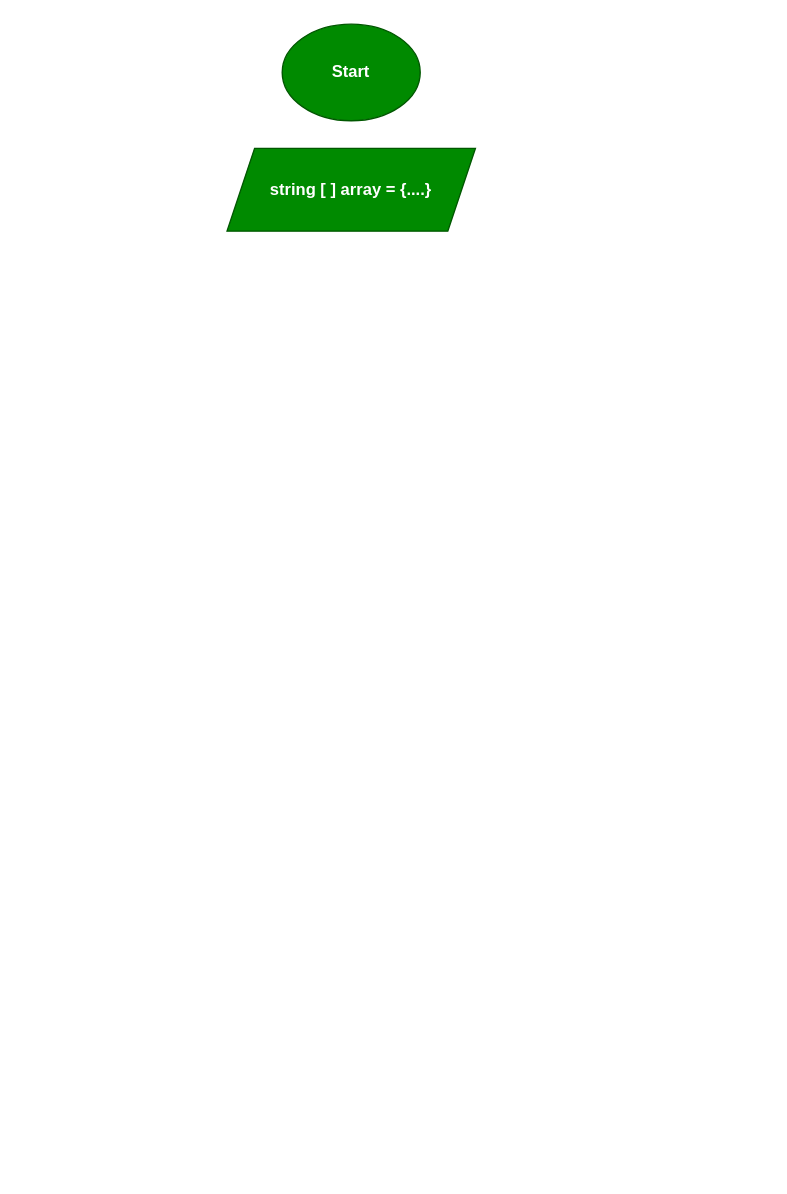
Before: Task/Diagramm.drawio in nikitamessi69/FIRST_FINAL_testworkgb, a draw.io diagram. Source tidied: cells renumbered, new cells numbered last; positions are measured from the earlier drawing's top-left corner, leaving out a move shared by most shapes. Both pictures are drawn from the tidied source at 138%, with x=0, y=0 at pixel (226, 23).
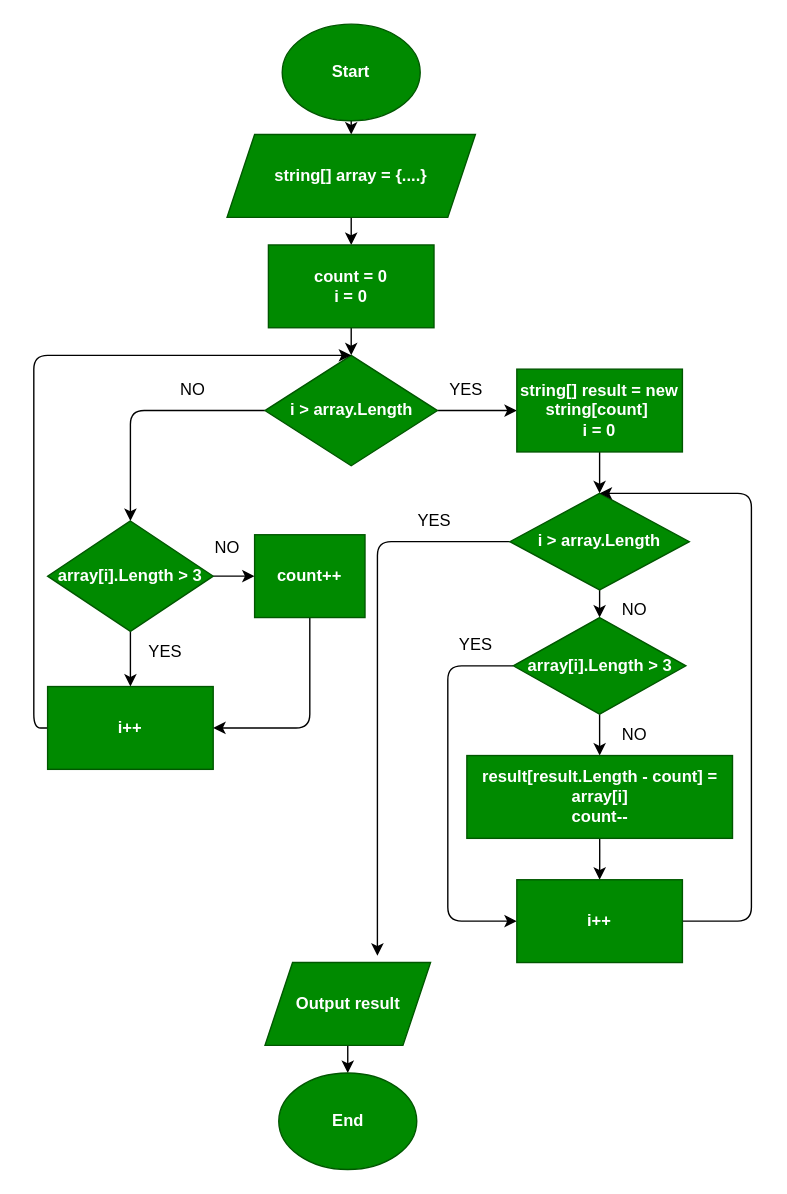
The same diagram, later.

Commit message:
Составлена блок-схема алгоритма решения

Unchanged cells that the change refers to:
```xml
<mxCell id="2" value="&lt;b&gt;Start&lt;/b&gt;" style="ellipse;whiteSpace=wrap;html=1;fillStyle=auto;fillColor=#008a00;fontColor=#ffffff;strokeColor=#005700;" parent="1" vertex="1">
  <mxGeometry x="40" width="100" height="70" as="geometry" />
</mxCell>
```

Change to the diagram source:
```diff
@@
+    <mxCell id="4" style="edgeStyle=none;html=1;exitX=0.5;exitY=1;exitDx=0;exitDy=0;entryX=0.5;entryY=0;entryDx=0;entryDy=0;" parent="1" edge="1" source="2" target="3">
+      <mxGeometry relative="1" as="geometry" />
+    </mxCell>
@@
+    <mxCell id="5" style="edgeStyle=none;html=1;exitX=0.5;exitY=1;exitDx=0;exitDy=0;entryX=0.5;entryY=0;entryDx=0;entryDy=0;" parent="1" edge="1" source="3" target="7">
+      <mxGeometry relative="1" as="geometry" />
+    </mxCell>
-    <mxCell id="3" value="string [ ] array = {....}" style="shape=parallelogram;perimeter=parallelogramPerimeter;whiteSpace=wrap;html=1;fixedSize=1;fillStyle=auto;fillColor=#008a00;fontColor=#ffffff;strokeColor=#005700;fontStyle=1;" parent="1" vertex="1">
-      <mxGeometry y="90" width="180" height="60" as="geometry" />
+    <mxCell id="3" value="string[] array = {....}" style="shape=parallelogram;perimeter=parallelogramPerimeter;whiteSpace=wrap;html=1;fixedSize=1;fillStyle=auto;fillColor=#008a00;fontColor=#ffffff;strokeColor=#005700;fontStyle=1;" parent="1" vertex="1">
+      <mxGeometry y="80" width="180" height="60" as="geometry" />
     </mxCell>
+    <mxCell id="6" style="edgeStyle=none;html=1;exitX=0.5;exitY=1;exitDx=0;exitDy=0;entryX=0.5;entryY=0;entryDx=0;entryDy=0;" parent="1" edge="1" source="7" target="10">
+      <mxGeometry relative="1" as="geometry" />
+    </mxCell>
+    <mxCell id="7" value="&lt;b&gt;count = 0&lt;br&gt;i = 0&lt;/b&gt;" style="rounded=0;whiteSpace=wrap;html=1;fillStyle=auto;fillColor=#008a00;fontColor=#ffffff;strokeColor=#005700;" parent="1" vertex="1">
+      <mxGeometry x="30" y="160" width="120" height="60" as="geometry" />
+    </mxCell>
+    <mxCell id="8" style="edgeStyle=orthogonalEdgeStyle;html=1;exitX=0;exitY=0.5;exitDx=0;exitDy=0;entryX=0.5;entryY=0;entryDx=0;entryDy=0;" parent="1" edge="1" source="10" target="13">
+      <mxGeometry relative="1" as="geometry" />
+    </mxCell>
+    <mxCell id="9" style="edgeStyle=orthogonalEdgeStyle;html=1;exitX=1;exitY=0.5;exitDx=0;exitDy=0;entryX=0;entryY=0.5;entryDx=0;entryDy=0;" parent="1" edge="1" source="10" target="22">
+      <mxGeometry relative="1" as="geometry" />
+    </mxCell>
+    <mxCell id="10" value="&lt;b&gt;i &amp;gt; array.Length&lt;/b&gt;" style="rhombus;whiteSpace=wrap;html=1;fillStyle=auto;fillColor=#008a00;fontColor=#ffffff;strokeColor=#005700;" parent="1" vertex="1">
+      <mxGeometry x="27.5" y="240" width="125" height="80" as="geometry" />
+    </mxCell>
+    <mxCell id="11" style="edgeStyle=none;html=1;exitX=1;exitY=0.5;exitDx=0;exitDy=0;entryX=0;entryY=0.5;entryDx=0;entryDy=0;" parent="1" edge="1" source="13" target="17">
+      <mxGeometry relative="1" as="geometry" />
+    </mxCell>
+    <mxCell id="12" style="edgeStyle=orthogonalEdgeStyle;html=1;exitX=0.5;exitY=1;exitDx=0;exitDy=0;entryX=0.5;entryY=0;entryDx=0;entryDy=0;" parent="1" edge="1" source="13" target="15">
+      <mxGeometry relative="1" as="geometry" />
+    </mxCell>
+    <mxCell id="13" value="&lt;b&gt;array[i].Length &amp;gt; 3&lt;/b&gt;" style="rhombus;whiteSpace=wrap;html=1;fillStyle=auto;fillColor=#008a00;fontColor=#ffffff;strokeColor=#005700;" parent="1" vertex="1">
+      <mxGeometry x="-130" y="360" width="120" height="80" as="geometry" />
+    </mxCell>
+    <mxCell id="14" style="edgeStyle=orthogonalEdgeStyle;html=1;exitX=0;exitY=0.5;exitDx=0;exitDy=0;entryX=0.5;entryY=0;entryDx=0;entryDy=0;" parent="1" edge="1" source="15" target="10">
+      <mxGeometry relative="1" as="geometry">
+        <Array as="points">
+          <mxPoint x="-140" y="510" />
+          <mxPoint x="-140" y="240" />
+        </Array>
+      </mxGeometry>
+    </mxCell>
+    <mxCell id="15" value="&lt;b&gt;i++&lt;/b&gt;" style="rounded=0;whiteSpace=wrap;html=1;fillStyle=auto;fillColor=#008a00;fontColor=#ffffff;strokeColor=#005700;" parent="1" vertex="1">
+      <mxGeometry x="-130" y="480" width="120" height="60" as="geometry" />
+    </mxCell>
+    <mxCell id="16" style="edgeStyle=orthogonalEdgeStyle;html=1;exitX=0.5;exitY=1;exitDx=0;exitDy=0;entryX=1;entryY=0.5;entryDx=0;entryDy=0;" parent="1" edge="1" source="17" target="15">
+      <mxGeometry relative="1" as="geometry" />
+    </mxCell>
+    <mxCell id="17" value="&lt;b&gt;count++&lt;/b&gt;" style="rounded=0;whiteSpace=wrap;html=1;fillStyle=auto;fillColor=#008a00;fontColor=#ffffff;strokeColor=#005700;" parent="1" vertex="1">
+      <mxGeometry x="20" y="370" width="80" height="60" as="geometry" />
+    </mxCell>
+    <mxCell id="18" value="NO" style="text;html=1;align=center;verticalAlign=middle;strokeColor=none;fillColor=none;" parent="1" vertex="1">
+      <mxGeometry x="-45" y="250" width="40" height="30" as="geometry" />
+    </mxCell>
+    <mxCell id="19" value="NO" style="text;html=1;align=center;verticalAlign=middle;strokeColor=none;fillColor=none;" parent="1" vertex="1">
+      <mxGeometry x="-20" y="365" width="40" height="30" as="geometry" />
+    </mxCell>
+    <mxCell id="20" value="YES" style="text;html=1;align=center;verticalAlign=middle;strokeColor=none;fillColor=none;fillStyle=auto;" parent="1" vertex="1">
+      <mxGeometry x="-70" y="440" width="50" height="30" as="geometry" />
+    </mxCell>
+    <mxCell id="21" style="edgeStyle=orthogonalEdgeStyle;html=1;exitX=0.5;exitY=1;exitDx=0;exitDy=0;entryX=0.5;entryY=0;entryDx=0;entryDy=0;" parent="1" edge="1" source="22" target="25">
+      <mxGeometry relative="1" as="geometry" />
+    </mxCell>
+    <mxCell id="22" value="&lt;b&gt;string[] result = new&lt;br&gt;string[count]&amp;nbsp;&lt;br&gt;i = 0&lt;/b&gt;" style="rounded=0;whiteSpace=wrap;html=1;fillStyle=auto;fillColor=#008a00;fontColor=#ffffff;strokeColor=#005700;" parent="1" vertex="1">
+      <mxGeometry x="210" y="250" width="120" height="60" as="geometry" />
+    </mxCell>
+    <mxCell id="23" style="edgeStyle=orthogonalEdgeStyle;html=1;exitX=0.5;exitY=1;exitDx=0;exitDy=0;entryX=0.5;entryY=0;entryDx=0;entryDy=0;" parent="1" edge="1" source="25" target="28">
+      <mxGeometry relative="1" as="geometry" />
+    </mxCell>
+    <mxCell id="24" style="edgeStyle=orthogonalEdgeStyle;html=1;exitX=0;exitY=0.5;exitDx=0;exitDy=0;entryX=0.679;entryY=-0.083;entryDx=0;entryDy=0;entryPerimeter=0;" parent="1" edge="1" source="25" target="34">
+      <mxGeometry relative="1" as="geometry" />
+    </mxCell>
+    <mxCell id="25" value="&lt;b&gt;i &amp;gt; array.Length&lt;/b&gt;" style="rhombus;whiteSpace=wrap;html=1;fillStyle=auto;fillColor=#008a00;fontColor=#ffffff;strokeColor=#005700;" parent="1" vertex="1">
+      <mxGeometry x="205" y="340" width="130" height="70" as="geometry" />
+    </mxCell>
+    <mxCell id="26" style="edgeStyle=orthogonalEdgeStyle;html=1;exitX=0.5;exitY=1;exitDx=0;exitDy=0;entryX=0.5;entryY=0;entryDx=0;entryDy=0;" parent="1" edge="1" source="28" target="30">
+      <mxGeometry relative="1" as="geometry" />
+    </mxCell>
+    <mxCell id="27" style="edgeStyle=orthogonalEdgeStyle;html=1;exitX=0;exitY=0.5;exitDx=0;exitDy=0;entryX=0;entryY=0.5;entryDx=0;entryDy=0;" parent="1" edge="1" source="28" target="32">
+      <mxGeometry relative="1" as="geometry">
+        <Array as="points">
+          <mxPoint x="160" y="465" />
+          <mxPoint x="160" y="650" />
+        </Array>
+      </mxGeometry>
+    </mxCell>
+    <mxCell id="28" value="&lt;b&gt;array[i].Length &amp;gt; 3&lt;/b&gt;" style="rhombus;whiteSpace=wrap;html=1;fillStyle=auto;fillColor=#008a00;fontColor=#ffffff;strokeColor=#005700;" parent="1" vertex="1">
+      <mxGeometry x="207.5" y="430" width="125" height="70" as="geometry" />
+    </mxCell>
+    <mxCell id="29" style="edgeStyle=orthogonalEdgeStyle;html=1;exitX=0.5;exitY=1;exitDx=0;exitDy=0;" parent="1" edge="1" source="30" target="32">
+      <mxGeometry relative="1" as="geometry" />
+    </mxCell>
+    <mxCell id="30" value="&lt;b&gt;result[result.Length - count] = array[i]&lt;br&gt;count--&lt;/b&gt;" style="rounded=0;whiteSpace=wrap;html=1;fillStyle=auto;fillColor=#008a00;fontColor=#ffffff;strokeColor=#005700;" parent="1" vertex="1">
+      <mxGeometry x="173.8" y="530" width="192.5" height="60" as="geometry" />
+    </mxCell>
+    <mxCell id="31" style="edgeStyle=orthogonalEdgeStyle;html=1;exitX=1;exitY=0.5;exitDx=0;exitDy=0;entryX=0.5;entryY=0;entryDx=0;entryDy=0;" parent="1" edge="1" source="32" target="25">
+      <mxGeometry relative="1" as="geometry">
+        <Array as="points">
+          <mxPoint x="380" y="650" />
+          <mxPoint x="380" y="340" />
+        </Array>
+      </mxGeometry>
+    </mxCell>
+    <mxCell id="32" value="&lt;b&gt;i++&lt;/b&gt;" style="rounded=0;whiteSpace=wrap;html=1;fillStyle=auto;fillColor=#008a00;fontColor=#ffffff;strokeColor=#005700;" parent="1" vertex="1">
+      <mxGeometry x="210" y="620" width="120" height="60" as="geometry" />
+    </mxCell>
+    <mxCell id="33" style="edgeStyle=orthogonalEdgeStyle;html=1;exitX=0.5;exitY=1;exitDx=0;exitDy=0;entryX=0.5;entryY=0;entryDx=0;entryDy=0;" parent="1" edge="1" source="34" target="35">
+      <mxGeometry relative="1" as="geometry" />
+    </mxCell>
+    <mxCell id="34" value="Output result" style="shape=parallelogram;perimeter=parallelogramPerimeter;whiteSpace=wrap;html=1;fixedSize=1;fillStyle=auto;fillColor=#008a00;fontColor=#ffffff;strokeColor=#005700;fontStyle=1;" parent="1" vertex="1">
+      <mxGeometry x="27.5" y="680" width="120" height="60" as="geometry" />
+    </mxCell>
+    <mxCell id="35" value="&lt;b&gt;End&lt;/b&gt;" style="ellipse;whiteSpace=wrap;html=1;fillStyle=auto;fillColor=#008a00;fontColor=#ffffff;strokeColor=#005700;" parent="1" vertex="1">
+      <mxGeometry x="37.5" y="760" width="100" height="70" as="geometry" />
+    </mxCell>
+    <mxCell id="36" value="YES" style="text;html=1;align=center;verticalAlign=middle;strokeColor=none;fillColor=none;" parent="1" vertex="1">
+      <mxGeometry x="147.5" y="250" width="50" height="30" as="geometry" />
+    </mxCell>
+    <mxCell id="37" value="YES" style="text;html=1;align=center;verticalAlign=middle;strokeColor=none;fillColor=none;" parent="1" vertex="1">
+      <mxGeometry x="125" y="345" width="50" height="30" as="geometry" />
+    </mxCell>
+    <mxCell id="38" value="NO" style="text;html=1;align=center;verticalAlign=middle;strokeColor=none;fillColor=none;fillStyle=auto;" parent="1" vertex="1">
+      <mxGeometry x="275" y="410" width="40" height="30" as="geometry" />
+    </mxCell>
+    <mxCell id="39" value="YES" style="text;html=1;align=center;verticalAlign=middle;strokeColor=none;fillColor=none;" parent="1" vertex="1">
+      <mxGeometry x="155" y="435" width="50" height="30" as="geometry" />
+    </mxCell>
+    <mxCell id="40" value="NO" style="text;html=1;align=center;verticalAlign=middle;strokeColor=none;fillColor=none;fillStyle=auto;" parent="1" vertex="1">
+      <mxGeometry x="275" y="500" width="40" height="30" as="geometry" />
+    </mxCell>
```
